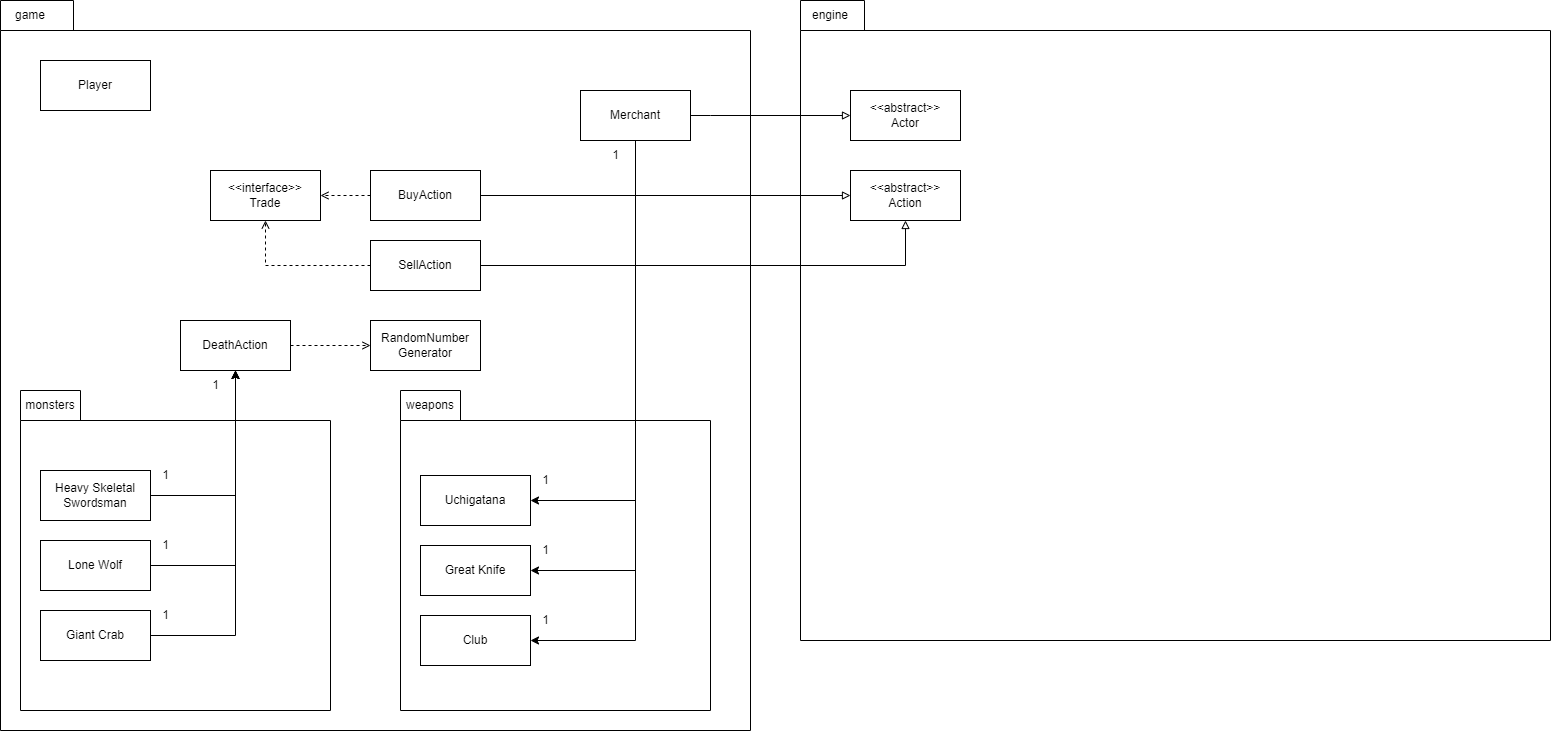
This is docs/FIT2099 Assignment 1 Req 2 UML Diagram.drawio.png from hyynes/monash-fit2099, a draw.io export, as it was before one commit. Source tidied: cells renumbered, new cells last; positions are measured from the earlier drawing's top-left corner, leaving out a move shared by most shapes.
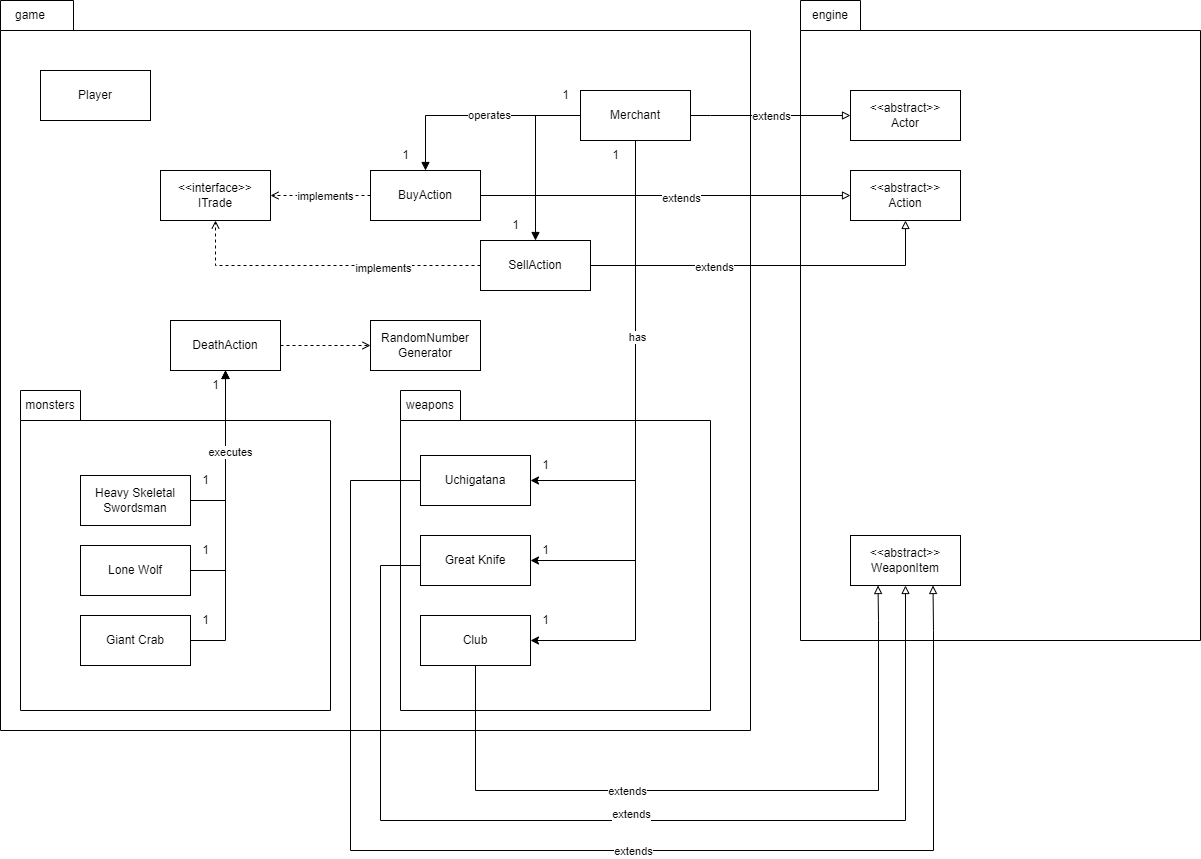
After the change.

Commit message:
modified merchant, adjusted interface & clarified some extensions

Diff of the diagram source:
```diff
@@ -12,10 +12,10 @@
       <mxGeometry x="20" y="390" width="310" height="320" as="geometry" />
     </mxCell>
     <mxCell id="5" value="Player" style="html=1;whiteSpace=wrap;" parent="1" vertex="1">
-      <mxGeometry x="40" y="60" width="110" height="50" as="geometry" />
+      <mxGeometry x="40" y="70" width="110" height="50" as="geometry" />
     </mxCell>
     <mxCell id="6" style="shape=folder;fontStyle=1;spacingTop=10;tabWidth=60;tabHeight=30;tabPosition=left;html=1;whiteSpace=wrap;" parent="1" vertex="1">
-      <mxGeometry x="800" width="750" height="640" as="geometry" />
+      <mxGeometry x="800" width="400" height="640" as="geometry" />
     </mxCell>
     <mxCell id="7" value="engine" style="text;html=1;strokeColor=none;fillColor=none;align=center;verticalAlign=middle;whiteSpace=wrap;rounded=0;" parent="1" vertex="1">
       <mxGeometry x="800" width="60" height="30" as="geometry" />
@@ -24,19 +24,22 @@
       <mxGeometry relative="1" as="geometry" />
     </mxCell>
     <mxCell id="9" value="Heavy Skeletal Swordsman" style="html=1;whiteSpace=wrap;" parent="1" vertex="1">
-      <mxGeometry x="40" y="470" width="110" height="50" as="geometry" />
+      <mxGeometry x="80" y="475" width="110" height="50" as="geometry" />
     </mxCell>
     <mxCell id="10" style="edgeStyle=orthogonalEdgeStyle;rounded=0;jettySize=auto;html=1;exitX=1;exitY=0.5;exitDx=0;exitDy=0;" parent="1" edge="1" source="11" target="18">
       <mxGeometry relative="1" as="geometry" />
     </mxCell>
     <mxCell id="11" value="Lone Wolf" style="html=1;whiteSpace=wrap;" parent="1" vertex="1">
-      <mxGeometry x="40" y="540" width="110" height="50" as="geometry" />
+      <mxGeometry x="80" y="545" width="110" height="50" as="geometry" />
     </mxCell>
-    <mxCell id="12" style="edgeStyle=orthogonalEdgeStyle;rounded=0;jettySize=auto;html=1;exitX=1;exitY=0.5;exitDx=0;exitDy=0;" parent="1" edge="1" source="13" target="18">
+    <mxCell id="12" style="edgeStyle=orthogonalEdgeStyle;rounded=0;jettySize=auto;html=1;exitX=1;exitY=0.5;exitDx=0;exitDy=0;endArrow=block;endFill=1;" parent="1" edge="1" source="13" target="18">
       <mxGeometry relative="1" as="geometry" />
     </mxCell>
+    <mxCell id="45" value="executes" style="edgeLabel;html=1;align=center;verticalAlign=middle;" parent="12" vertex="1">
+      <mxGeometry x="0.47" y="-4" relative="1" as="geometry" />
+    </mxCell>
     <mxCell id="13" value="Giant Crab" style="html=1;whiteSpace=wrap;" parent="1" vertex="1">
-      <mxGeometry x="40" y="610" width="110" height="50" as="geometry" />
+      <mxGeometry x="80" y="615" width="110" height="50" as="geometry" />
     </mxCell>
     <mxCell id="14" style="edgeStyle=orthogonalEdgeStyle;rounded=0;jettySize=auto;html=1;exitX=1;exitY=0.5;exitDx=0;exitDy=0;entryX=0;entryY=0.5;entryDx=0;entryDy=0;endArrow=block;endFill=0;" parent="1" edge="1" source="15" target="16">
       <mxGeometry relative="1" as="geometry">
@@ -46,6 +49,20 @@
         </Array>
       </mxGeometry>
     </mxCell>
+    <mxCell id="46" value="extends" style="edgeLabel;html=1;align=center;verticalAlign=middle;" parent="14" vertex="1">
+      <mxGeometry x="-0.75" y="-2" relative="1" as="geometry">
+        <mxPoint x="60" y="-2" as="offset" />
+      </mxGeometry>
+    </mxCell>
+    <mxCell id="47" style="edgeStyle=orthogonalEdgeStyle;rounded=0;jettySize=auto;html=1;exitX=0;exitY=0.5;exitDx=0;exitDy=0;endArrow=block;endFill=1;" parent="1" edge="1" source="15" target="40">
+      <mxGeometry relative="1" as="geometry" />
+    </mxCell>
+    <mxCell id="48" value="operates" style="edgeLabel;html=1;align=center;verticalAlign=middle;" parent="47" vertex="1">
+      <mxGeometry x="-0.12" y="-1" relative="1" as="geometry" />
+    </mxCell>
+    <mxCell id="49" style="edgeStyle=orthogonalEdgeStyle;rounded=0;jettySize=auto;html=1;exitX=0;exitY=0.5;exitDx=0;exitDy=0;entryX=0.5;entryY=0;entryDx=0;entryDy=0;endArrow=block;endFill=1;" parent="1" edge="1" source="15" target="43">
+      <mxGeometry relative="1" as="geometry" />
+    </mxCell>
     <mxCell id="15" value="Merchant" style="html=1;whiteSpace=wrap;" parent="1" vertex="1">
       <mxGeometry x="580" y="90" width="110" height="50" as="geometry" />
     </mxCell>
@@ -56,7 +73,7 @@
       <mxGeometry relative="1" as="geometry" />
     </mxCell>
     <mxCell id="18" value="DeathAction" style="html=1;whiteSpace=wrap;" parent="1" vertex="1">
-      <mxGeometry x="180" y="320" width="110" height="50" as="geometry" />
+      <mxGeometry x="170" y="320" width="110" height="50" as="geometry" />
     </mxCell>
     <mxCell id="19" style="shape=folder;fontStyle=1;spacingTop=10;tabWidth=60;tabHeight=30;tabPosition=left;html=1;whiteSpace=wrap;" parent="1" vertex="1">
       <mxGeometry x="400" y="390" width="310" height="320" as="geometry" />
@@ -64,12 +81,55 @@
     <mxCell id="20" style="edgeStyle=orthogonalEdgeStyle;rounded=0;jettySize=auto;html=1;exitX=0.5;exitY=1;exitDx=0;exitDy=0;entryX=1;entryY=0.5;entryDx=0;entryDy=0;" parent="1" edge="1" source="15" target="21">
       <mxGeometry relative="1" as="geometry" />
     </mxCell>
+    <mxCell id="50" style="edgeStyle=orthogonalEdgeStyle;rounded=0;jettySize=auto;html=1;exitX=0;exitY=0.5;exitDx=0;exitDy=0;entryX=0.75;entryY=1;entryDx=0;entryDy=0;endArrow=block;endFill=0;" parent="1" edge="1" source="21" target="64">
+      <mxGeometry relative="1" as="geometry">
+        <Array as="points">
+          <mxPoint x="350" y="480" />
+          <mxPoint x="350" y="850" />
+          <mxPoint x="933" y="850" />
+          <mxPoint x="933" y="630" />
+        </Array>
+      </mxGeometry>
+    </mxCell>
+    <mxCell id="51" value="extends" style="edgeLabel;html=1;align=center;verticalAlign=middle;" parent="50" vertex="1">
+      <mxGeometry x="-0.22" y="2" relative="1" as="geometry">
+        <mxPoint x="221" y="2" as="offset" />
+      </mxGeometry>
+    </mxCell>
     <mxCell id="21" value="Uchigatana" style="html=1;whiteSpace=wrap;" parent="1" vertex="1">
-      <mxGeometry x="420" y="475" width="110" height="50" as="geometry" />
+      <mxGeometry x="420" y="455" width="110" height="50" as="geometry" />
     </mxCell>
+    <mxCell id="52" style="edgeStyle=orthogonalEdgeStyle;rounded=0;jettySize=auto;html=1;exitX=0;exitY=0.5;exitDx=0;exitDy=0;endArrow=block;endFill=0;entryX=0.5;entryY=1;entryDx=0;entryDy=0;" parent="1" edge="1" source="22" target="64">
+      <mxGeometry relative="1" as="geometry">
+        <Array as="points">
+          <mxPoint x="380" y="565" />
+          <mxPoint x="380" y="820" />
+          <mxPoint x="905" y="820" />
+        </Array>
+      </mxGeometry>
+    </mxCell>
+    <mxCell id="53" value="extends" style="edgeLabel;html=1;align=center;verticalAlign=middle;" parent="52" vertex="1">
+      <mxGeometry x="-0.53" y="2" relative="1" as="geometry">
+        <mxPoint x="248" y="44" as="offset" />
+      </mxGeometry>
+    </mxCell>
     <mxCell id="22" value="Great Knife" style="html=1;whiteSpace=wrap;" parent="1" vertex="1">
-      <mxGeometry x="420" y="545" width="110" height="50" as="geometry" />
+      <mxGeometry x="420" y="535" width="110" height="50" as="geometry" />
     </mxCell>
+    <mxCell id="54" style="edgeStyle=orthogonalEdgeStyle;rounded=0;jettySize=auto;html=1;exitX=0.5;exitY=1;exitDx=0;exitDy=0;entryX=0.25;entryY=1;entryDx=0;entryDy=0;endArrow=block;endFill=0;" parent="1" edge="1" source="23" target="64">
+      <mxGeometry relative="1" as="geometry">
+        <Array as="points">
+          <mxPoint x="475" y="790" />
+          <mxPoint x="878" y="790" />
+          <mxPoint x="878" y="620" />
+        </Array>
+      </mxGeometry>
+    </mxCell>
+    <mxCell id="55" value="extends" style="edgeLabel;html=1;align=center;verticalAlign=middle;" parent="54" vertex="1">
+      <mxGeometry x="-0.23" y="-3" relative="1" as="geometry">
+        <mxPoint x="-6" y="-3" as="offset" />
+      </mxGeometry>
+    </mxCell>
     <mxCell id="23" value="Club" style="html=1;whiteSpace=wrap;" parent="1" vertex="1">
       <mxGeometry x="420" y="615" width="110" height="50" as="geometry" />
     </mxCell>
@@ -85,11 +145,14 @@
     <mxCell id="27" style="edgeStyle=orthogonalEdgeStyle;rounded=0;jettySize=auto;html=1;exitX=0.5;exitY=1;exitDx=0;exitDy=0;entryX=1;entryY=0.5;entryDx=0;entryDy=0;" parent="1" edge="1" source="15" target="23">
       <mxGeometry relative="1" as="geometry" />
     </mxCell>
+    <mxCell id="56" value="has" style="edgeLabel;html=1;align=center;verticalAlign=middle;" parent="27" vertex="1">
+      <mxGeometry x="-0.35" y="1" relative="1" as="geometry" />
+    </mxCell>
     <mxCell id="28" value="1" style="text;html=1;align=center;verticalAlign=middle;strokeColor=none;fillColor=none;" parent="1" vertex="1">
       <mxGeometry x="600" y="140" width="30" height="30" as="geometry" />
     </mxCell>
     <mxCell id="29" value="1" style="text;html=1;align=center;verticalAlign=middle;strokeColor=none;fillColor=none;" parent="1" vertex="1">
-      <mxGeometry x="530" y="465" width="30" height="30" as="geometry" />
+      <mxGeometry x="530" y="450" width="30" height="30" as="geometry" />
     </mxCell>
     <mxCell id="30" value="1" style="text;html=1;align=center;verticalAlign=middle;strokeColor=none;fillColor=none;" parent="1" vertex="1">
       <mxGeometry x="530" y="535" width="30" height="30" as="geometry" />
@@ -104,37 +167,63 @@
       <mxGeometry x="200" y="370" width="30" height="30" as="geometry" />
     </mxCell>
     <mxCell id="34" value="1" style="text;html=1;align=center;verticalAlign=middle;strokeColor=none;fillColor=none;" parent="1" vertex="1">
-      <mxGeometry x="150" y="460" width="30" height="30" as="geometry" />
+      <mxGeometry x="190" y="465" width="30" height="30" as="geometry" />
     </mxCell>
     <mxCell id="35" value="1" style="text;html=1;align=center;verticalAlign=middle;strokeColor=none;fillColor=none;" parent="1" vertex="1">
-      <mxGeometry x="150" y="530" width="30" height="30" as="geometry" />
+      <mxGeometry x="190" y="535" width="30" height="30" as="geometry" />
     </mxCell>
     <mxCell id="36" value="1" style="text;html=1;align=center;verticalAlign=middle;strokeColor=none;fillColor=none;" parent="1" vertex="1">
-      <mxGeometry x="150" y="600" width="30" height="30" as="geometry" />
+      <mxGeometry x="190" y="605" width="30" height="30" as="geometry" />
     </mxCell>
-    <mxCell id="37" value="&amp;lt;&amp;lt;interface&amp;gt;&amp;gt;&lt;br&gt;Trade" style="html=1;whiteSpace=wrap;" parent="1" vertex="1">
-      <mxGeometry x="210" y="170" width="110" height="50" as="geometry" />
+    <mxCell id="37" value="&amp;lt;&amp;lt;interface&amp;gt;&amp;gt;&lt;br&gt;ITrade" style="html=1;whiteSpace=wrap;" parent="1" vertex="1">
+      <mxGeometry x="160" y="170" width="110" height="50" as="geometry" />
     </mxCell>
     <mxCell id="38" style="edgeStyle=orthogonalEdgeStyle;rounded=0;jettySize=auto;html=1;exitX=1;exitY=0.5;exitDx=0;exitDy=0;endArrow=block;endFill=0;" parent="1" edge="1" source="40" target="44">
       <mxGeometry relative="1" as="geometry" />
     </mxCell>
+    <mxCell id="57" value="extends" style="edgeLabel;html=1;align=center;verticalAlign=middle;" parent="38" vertex="1">
+      <mxGeometry x="0.08" y="-2" relative="1" as="geometry" />
+    </mxCell>
     <mxCell id="39" style="edgeStyle=orthogonalEdgeStyle;rounded=0;jettySize=auto;html=1;exitX=0;exitY=0.5;exitDx=0;exitDy=0;entryX=1;entryY=0.5;entryDx=0;entryDy=0;dashed=1;endArrow=open;endFill=0;" parent="1" edge="1" source="40" target="37">
       <mxGeometry relative="1" as="geometry" />
     </mxCell>
+    <mxCell id="58" value="implements" style="edgeLabel;html=1;align=center;verticalAlign=middle;" parent="39" vertex="1">
+      <mxGeometry x="-0.29" y="1" relative="1" as="geometry">
+        <mxPoint x="-11" y="-1" as="offset" />
+      </mxGeometry>
+    </mxCell>
     <mxCell id="40" value="BuyAction" style="html=1;whiteSpace=wrap;" parent="1" vertex="1">
       <mxGeometry x="370" y="170" width="110" height="50" as="geometry" />
     </mxCell>
     <mxCell id="41" style="edgeStyle=orthogonalEdgeStyle;rounded=0;jettySize=auto;html=1;exitX=1;exitY=0.5;exitDx=0;exitDy=0;endArrow=block;endFill=0;" parent="1" edge="1" source="43" target="44">
       <mxGeometry relative="1" as="geometry" />
     </mxCell>
+    <mxCell id="59" value="extends" style="edgeLabel;html=1;align=center;verticalAlign=middle;" parent="41" vertex="1">
+      <mxGeometry x="-0.32" y="-1" relative="1" as="geometry" />
+    </mxCell>
     <mxCell id="42" style="edgeStyle=orthogonalEdgeStyle;rounded=0;jettySize=auto;html=1;exitX=0;exitY=0.5;exitDx=0;exitDy=0;endArrow=open;endFill=0;dashed=1;" parent="1" edge="1" source="43" target="37">
       <mxGeometry relative="1" as="geometry" />
     </mxCell>
+    <mxCell id="60" value="implements" style="edgeLabel;html=1;align=center;verticalAlign=middle;" parent="42" vertex="1">
+      <mxGeometry x="-0.37" y="2" relative="1" as="geometry" />
+    </mxCell>
     <mxCell id="43" value="SellAction" style="html=1;whiteSpace=wrap;" parent="1" vertex="1">
-      <mxGeometry x="370" y="240" width="110" height="50" as="geometry" />
+      <mxGeometry x="480" y="240" width="110" height="50" as="geometry" />
     </mxCell>
     <mxCell id="44" value="&amp;lt;&amp;lt;abstract&amp;gt;&amp;gt;&lt;br&gt;Action" style="html=1;whiteSpace=wrap;" parent="1" vertex="1">
       <mxGeometry x="850" y="170" width="110" height="50" as="geometry" />
     </mxCell>
+    <mxCell id="61" value="1" style="text;html=1;align=center;verticalAlign=middle;strokeColor=none;fillColor=none;" parent="1" vertex="1">
+      <mxGeometry x="550" y="80" width="30" height="30" as="geometry" />
+    </mxCell>
+    <mxCell id="62" value="1" style="text;html=1;align=center;verticalAlign=middle;strokeColor=none;fillColor=none;" parent="1" vertex="1">
+      <mxGeometry x="390" y="140" width="30" height="30" as="geometry" />
+    </mxCell>
+    <mxCell id="63" value="1" style="text;html=1;align=center;verticalAlign=middle;strokeColor=none;fillColor=none;" parent="1" vertex="1">
+      <mxGeometry x="500" y="210" width="30" height="30" as="geometry" />
+    </mxCell>
+    <mxCell id="64" value="&amp;lt;&amp;lt;abstract&amp;gt;&amp;gt;&lt;br&gt;WeaponItem" style="html=1;whiteSpace=wrap;" parent="1" vertex="1">
+      <mxGeometry x="850" y="535" width="110" height="50" as="geometry" />
+    </mxCell>
   </root>
 </mxGraphModel>
```
